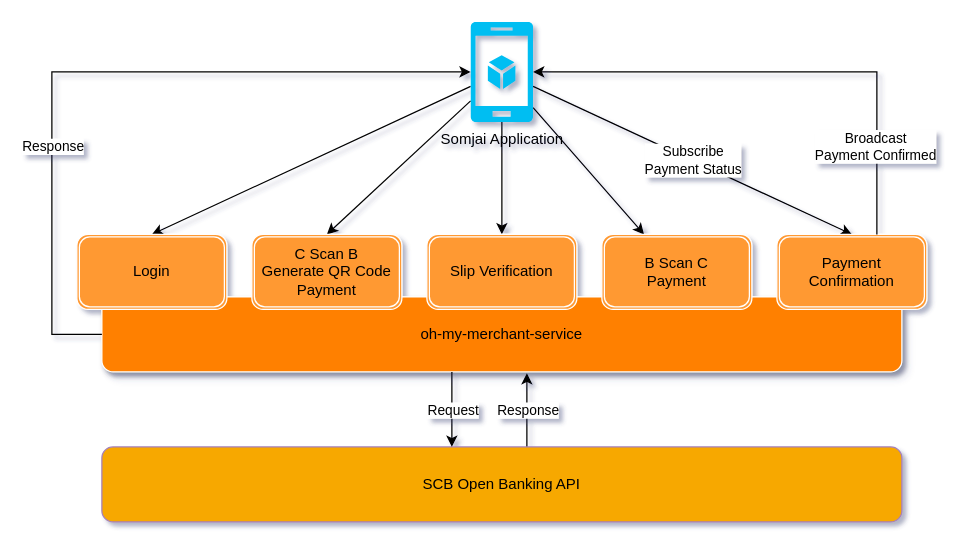
Above: docs/draw.io/diagram.drawio in ayuthmang/scb-openapi-oh-my-merchant-service (draw.io), before the change. Source tidied: cells renumbered, new cells numbered last; positions are measured from the earlier drawing's top-left corner, leaving out a move shared by most shapes. Both pictures are drawn from the tidied source at 125%, with x=0, y=0 at pixel (51, 21).
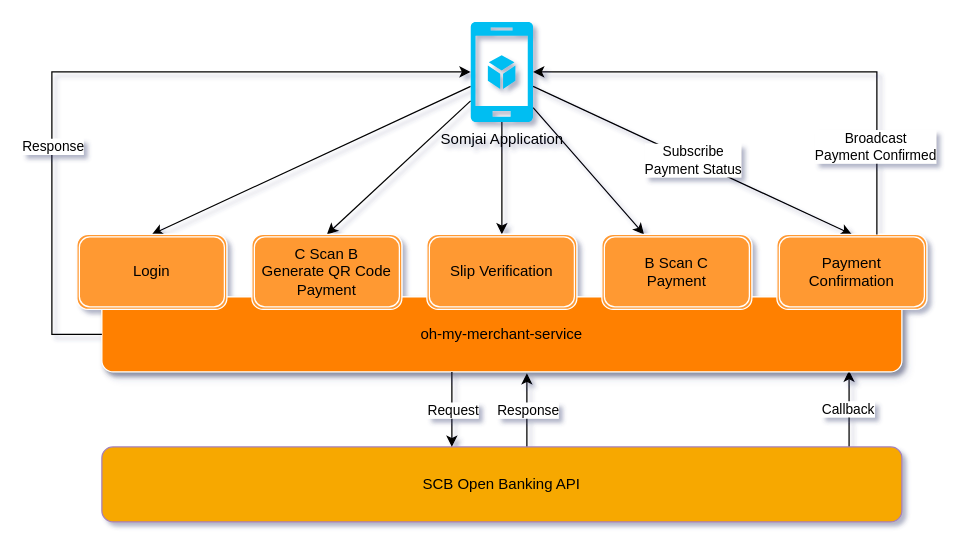
Above is the later version.

Unchanged cells that the change refers to:
```xml
<mxCell id="4" value="SCB Open Banking API" style="rounded=1;whiteSpace=wrap;html=1;fillColor=#F7A802;strokeColor=#A680B8;" parent="1" vertex="1">
  <mxGeometry x="40" y="340" width="640" height="60" as="geometry" />
</mxCell>
<mxCell id="12" value="oh-my-merchant-service" style="rounded=1;whiteSpace=wrap;html=1;fillColor=#FF8000;shadow=1;strokeColor=#FFFFFF;" parent="11" vertex="1">
  <mxGeometry x="20" y="50" width="640" height="60" as="geometry" />
</mxCell>
```

Change to the diagram source:
```diff
@@
+    <mxCell id="24" style="edgeStyle=orthogonalEdgeStyle;rounded=0;jettySize=auto;html=1;entryX=0.934;entryY=0.983;entryDx=0;entryDy=0;entryPerimeter=0;exitX=0.934;exitY=0;exitDx=0;exitDy=0;exitPerimeter=0;" parent="1" edge="1" source="4" target="12">
+      <mxGeometry relative="1" as="geometry" />
+    </mxCell>
+    <mxCell id="25" value="Callback" style="edgeLabel;html=1;align=center;verticalAlign=middle;" parent="24" vertex="1">
+      <mxGeometry x="-0.26" y="1" relative="1" as="geometry">
+        <mxPoint y="-7.4" as="offset" />
+      </mxGeometry>
+    </mxCell>
```
